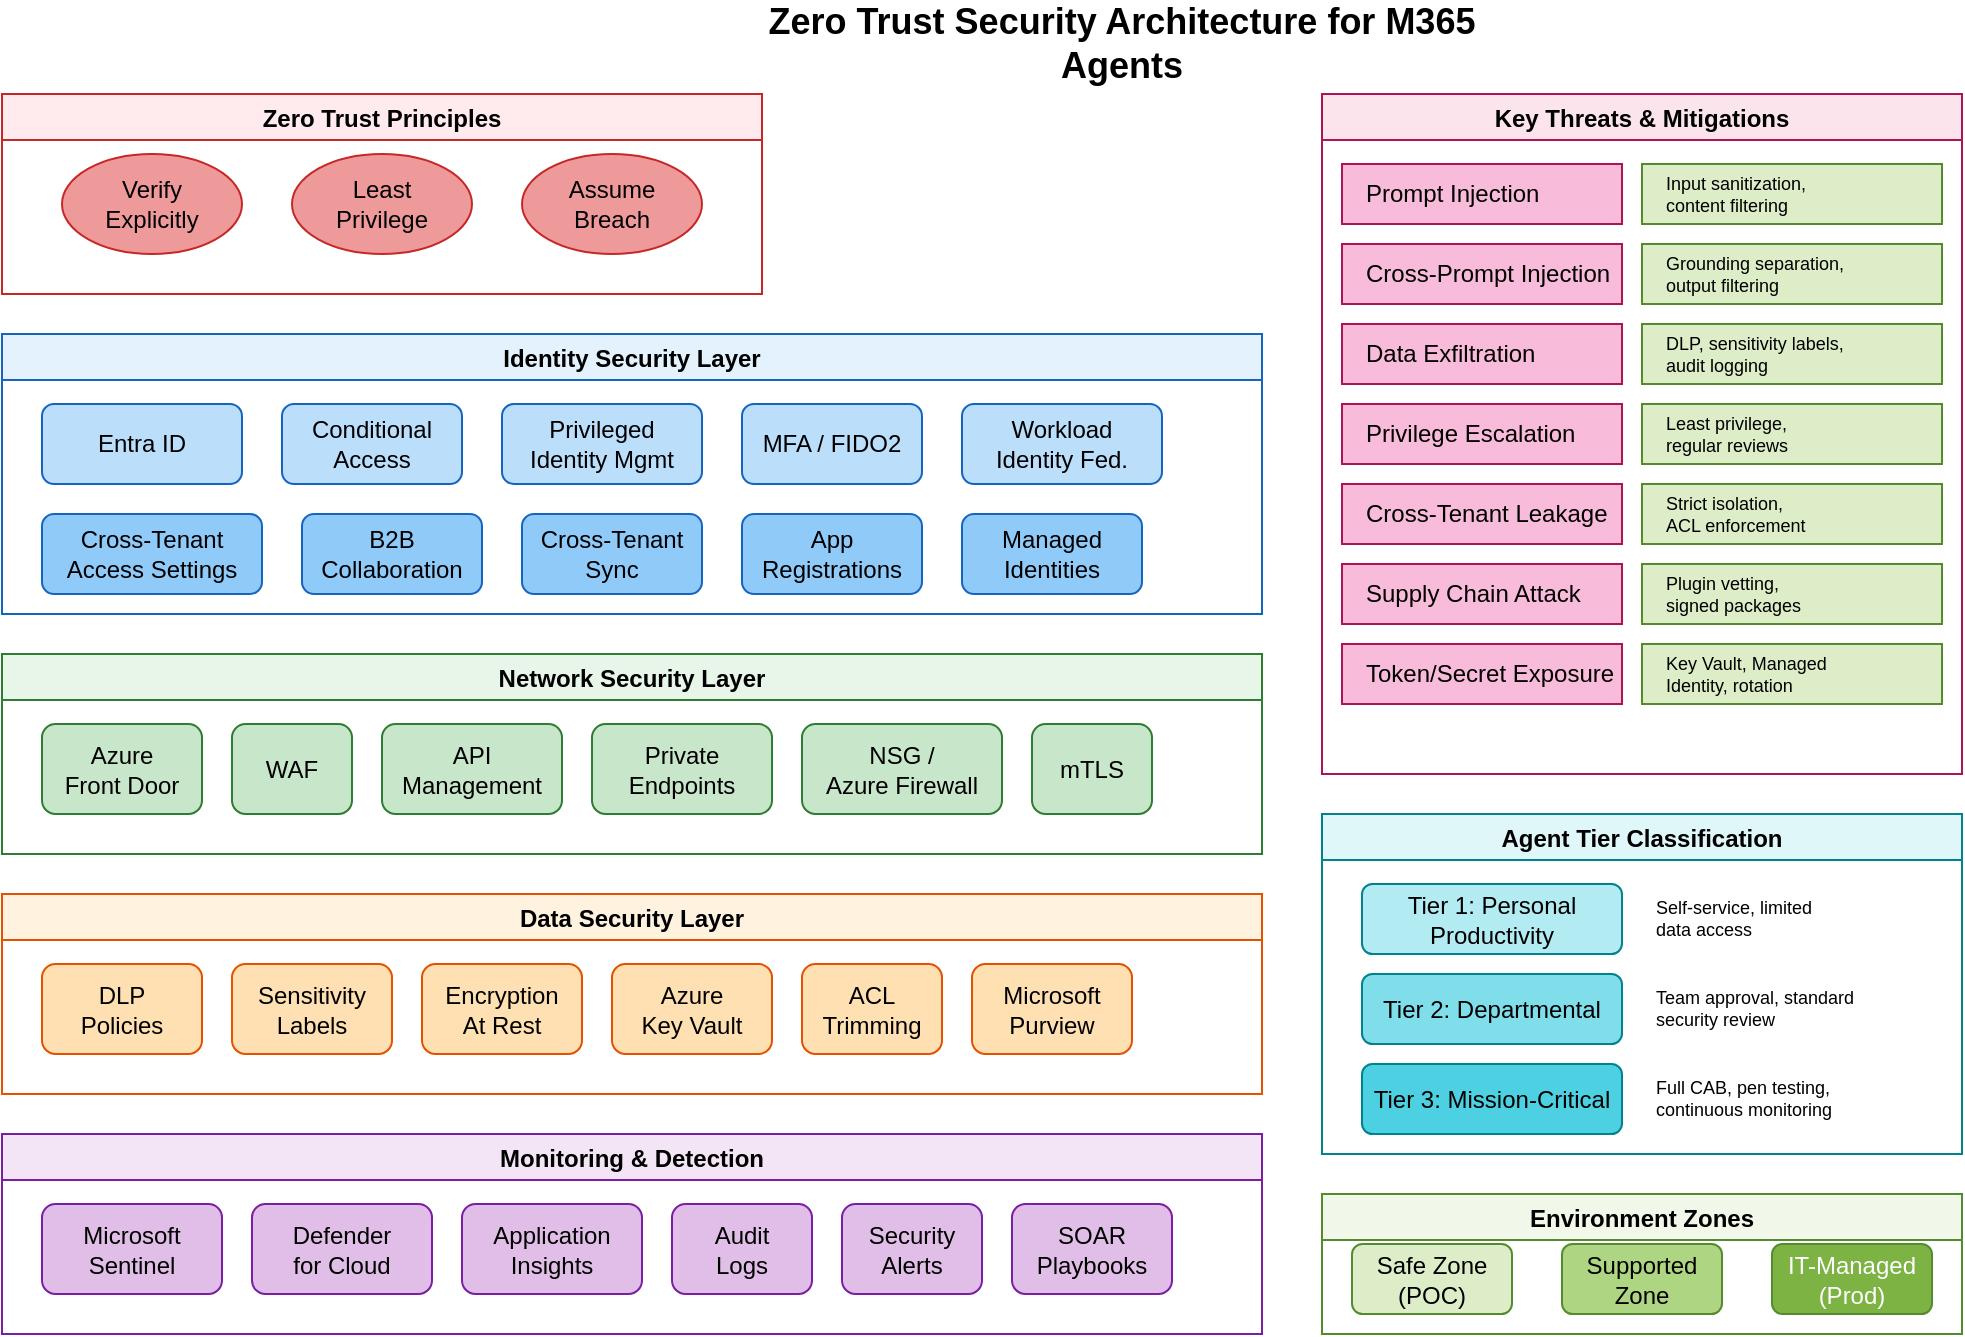
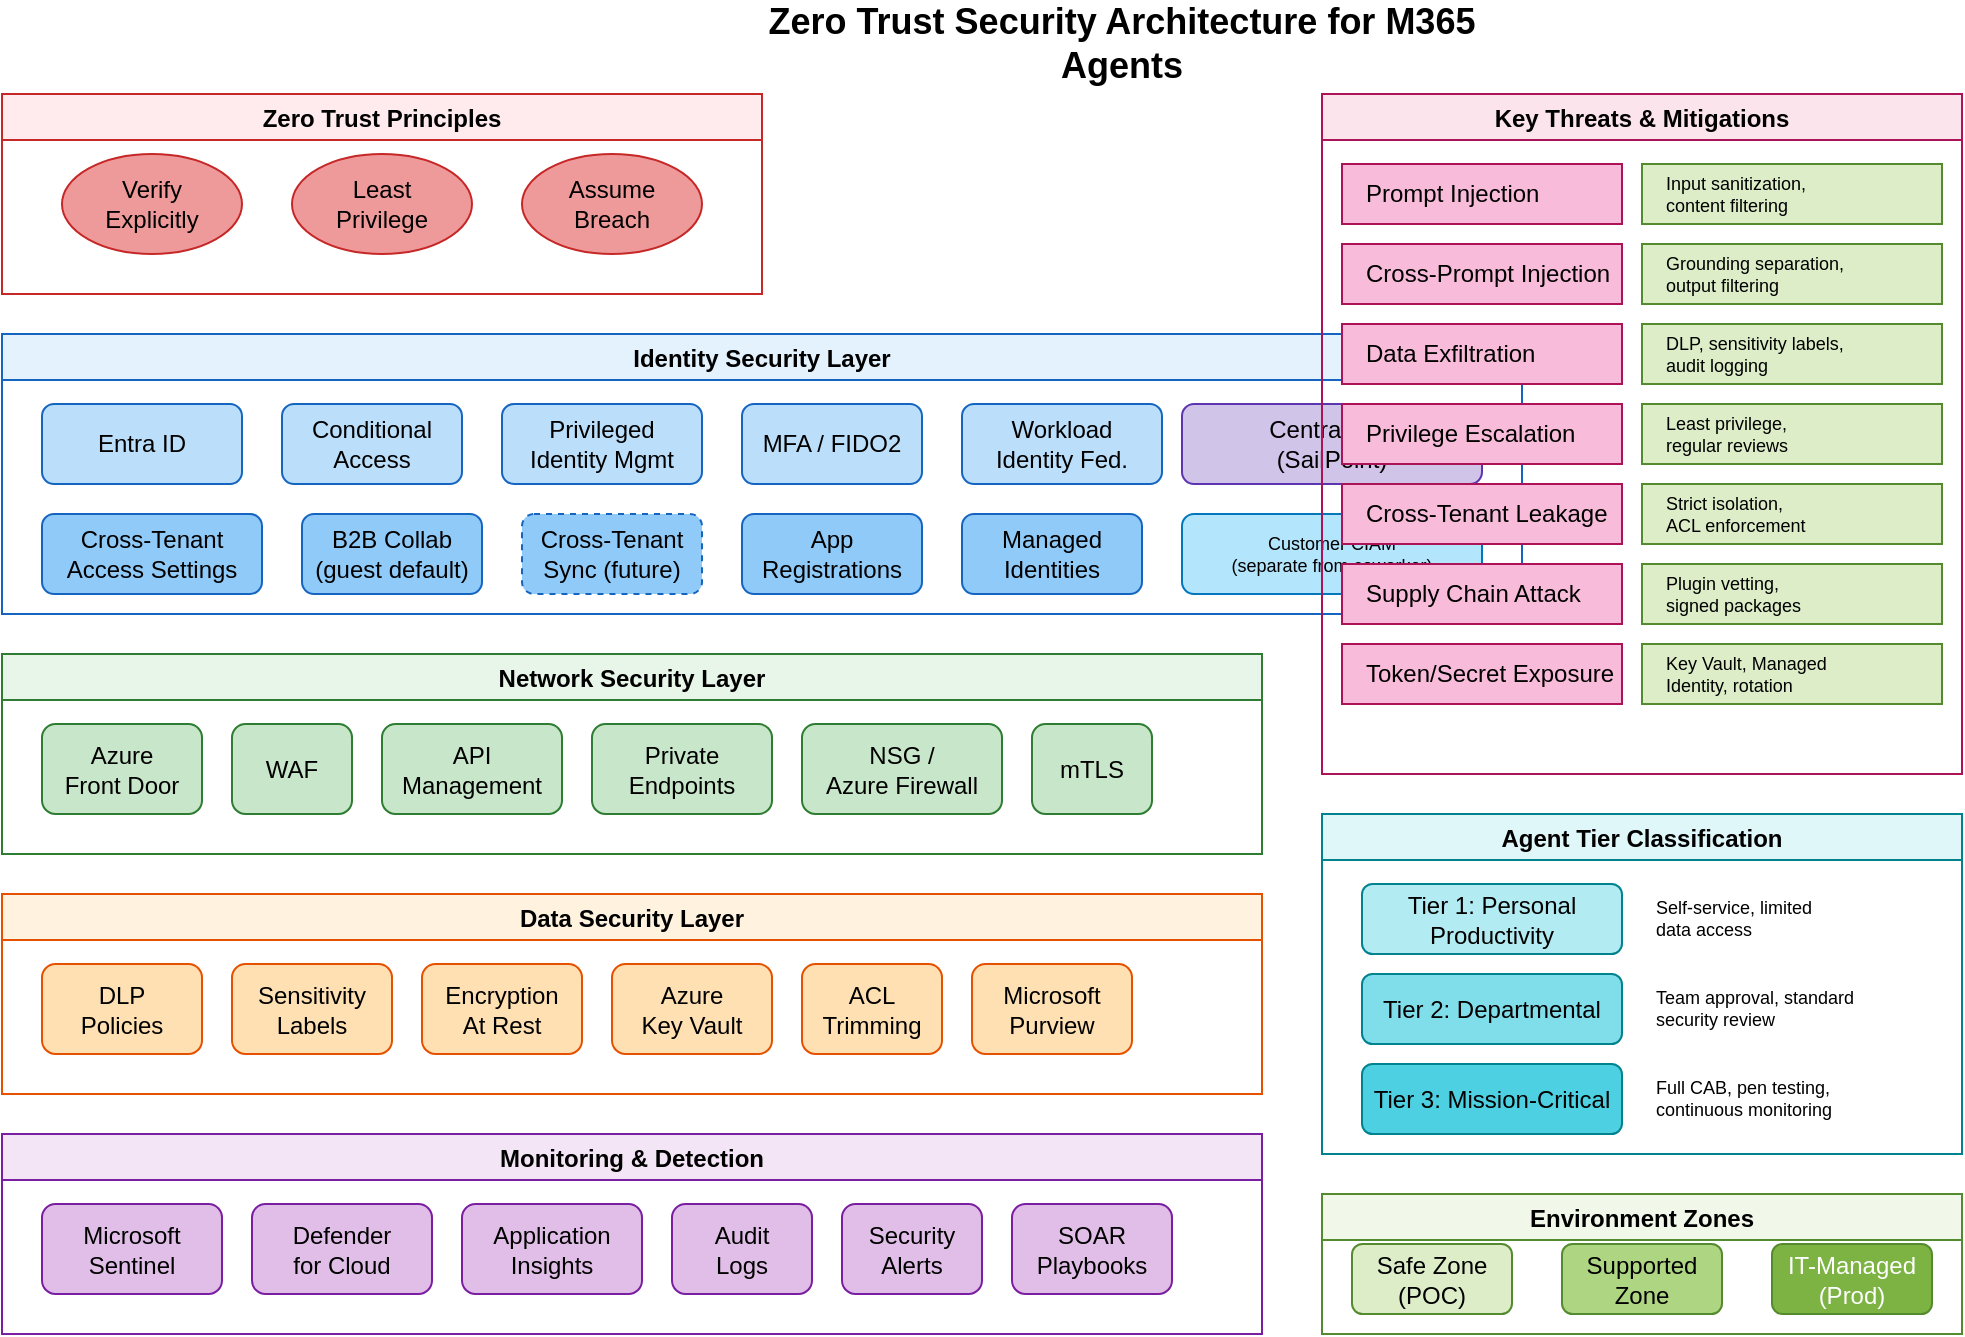
<?xml version="1.0" encoding="UTF-8"?>
<mxfile host="app.diagrams.net" modified="2026-03-24T01:30:00.000Z" agent="M365 Agents Architecture" version="21.0.0" type="device">
  <diagram name="Security Architecture" id="security-arch">
    <mxGraphModel dx="1200" dy="900" grid="1" gridSize="10" guides="1" tooltips="1" connect="1" arrows="1" fold="1" page="1" pageScale="1" pageWidth="1400" pageHeight="900" math="0" shadow="0">
      <root>
        <mxCell id="0" />
        <mxCell id="1" parent="0" />

        <!-- Title -->
        <mxCell id="title" value="Zero Trust Security Architecture for M365 Agents" style="text;html=1;strokeColor=none;fillColor=none;align=center;verticalAlign=middle;whiteSpace=wrap;rounded=0;fontSize=18;fontStyle=1" vertex="1" parent="1">
          <mxGeometry x="400" y="20" width="400" height="30" as="geometry" />
        </mxCell>

        <!-- Zero Trust Pillars -->
        <mxCell id="zt-box" value="Zero Trust Principles" style="swimlane;fillColor=#FFEBEE;strokeColor=#C62828;fontStyle=1;fontSize=12" vertex="1" parent="1">
          <mxGeometry x="40" y="60" width="380" height="100" as="geometry" />
        </mxCell>
        <mxCell id="zt1" value="Verify&#xa;Explicitly" style="ellipse;whiteSpace=wrap;html=1;fillColor=#EF9A9A;strokeColor=#C62828" vertex="1" parent="zt-box">
          <mxGeometry x="30" y="30" width="90" height="50" as="geometry" />
        </mxCell>
        <mxCell id="zt2" value="Least&#xa;Privilege" style="ellipse;whiteSpace=wrap;html=1;fillColor=#EF9A9A;strokeColor=#C62828" vertex="1" parent="zt-box">
          <mxGeometry x="145" y="30" width="90" height="50" as="geometry" />
        </mxCell>
        <mxCell id="zt3" value="Assume&#xa;Breach" style="ellipse;whiteSpace=wrap;html=1;fillColor=#EF9A9A;strokeColor=#C62828" vertex="1" parent="zt-box">
          <mxGeometry x="260" y="30" width="90" height="50" as="geometry" />
        </mxCell>

        <!-- Identity Layer -->
        <mxCell id="identity-layer" value="Identity Security Layer" style="swimlane;fillColor=#E3F2FD;strokeColor=#1565C0;fontStyle=1" vertex="1" parent="1">
-           <mxGeometry x="40" y="180" width="630" height="140" as="geometry" />
+           <mxGeometry x="40" y="180" width="760" height="140" as="geometry" />
        </mxCell>
        <mxCell id="entra" value="Entra ID" style="rounded=1;whiteSpace=wrap;html=1;fillColor=#BBDEFB;strokeColor=#1565C0" vertex="1" parent="identity-layer">
          <mxGeometry x="20" y="35" width="100" height="40" as="geometry" />
        </mxCell>
        <mxCell id="ca" value="Conditional&#xa;Access" style="rounded=1;whiteSpace=wrap;html=1;fillColor=#BBDEFB;strokeColor=#1565C0" vertex="1" parent="identity-layer">
          <mxGeometry x="140" y="35" width="90" height="40" as="geometry" />
        </mxCell>
        <mxCell id="pim" value="Privileged&#xa;Identity Mgmt" style="rounded=1;whiteSpace=wrap;html=1;fillColor=#BBDEFB;strokeColor=#1565C0" vertex="1" parent="identity-layer">
          <mxGeometry x="250" y="35" width="100" height="40" as="geometry" />
        </mxCell>
        <mxCell id="mfa" value="MFA / FIDO2" style="rounded=1;whiteSpace=wrap;html=1;fillColor=#BBDEFB;strokeColor=#1565C0" vertex="1" parent="identity-layer">
          <mxGeometry x="370" y="35" width="90" height="40" as="geometry" />
        </mxCell>
        <mxCell id="wif" value="Workload&#xa;Identity Fed." style="rounded=1;whiteSpace=wrap;html=1;fillColor=#BBDEFB;strokeColor=#1565C0" vertex="1" parent="identity-layer">
          <mxGeometry x="480" y="35" width="100" height="40" as="geometry" />
        </mxCell>
        <mxCell id="ctas" value="Cross-Tenant&#xa;Access Settings" style="rounded=1;whiteSpace=wrap;html=1;fillColor=#90CAF9;strokeColor=#1565C0" vertex="1" parent="identity-layer">
          <mxGeometry x="20" y="90" width="110" height="40" as="geometry" />
        </mxCell>
-         <mxCell id="b2b" value="B2B&#xa;Collaboration" style="rounded=1;whiteSpace=wrap;html=1;fillColor=#90CAF9;strokeColor=#1565C0" vertex="1" parent="identity-layer">
+         <mxCell id="b2b" value="B2B Collab&#xa;(guest default)" style="rounded=1;whiteSpace=wrap;html=1;fillColor=#90CAF9;strokeColor=#1565C0" vertex="1" parent="identity-layer">
          <mxGeometry x="150" y="90" width="90" height="40" as="geometry" />
        </mxCell>
-         <mxCell id="cts" value="Cross-Tenant&#xa;Sync" style="rounded=1;whiteSpace=wrap;html=1;fillColor=#90CAF9;strokeColor=#1565C0" vertex="1" parent="identity-layer">
+         <mxCell id="cts" value="Cross-Tenant&#xa;Sync (future)" style="rounded=1;whiteSpace=wrap;html=1;fillColor=#90CAF9;strokeColor=#1565C0;dashed=1" vertex="1" parent="identity-layer">
          <mxGeometry x="260" y="90" width="90" height="40" as="geometry" />
        </mxCell>
        <mxCell id="app-reg" value="App&#xa;Registrations" style="rounded=1;whiteSpace=wrap;html=1;fillColor=#90CAF9;strokeColor=#1565C0" vertex="1" parent="identity-layer">
          <mxGeometry x="370" y="90" width="90" height="40" as="geometry" />
        </mxCell>
        <mxCell id="mi" value="Managed&#xa;Identities" style="rounded=1;whiteSpace=wrap;html=1;fillColor=#90CAF9;strokeColor=#1565C0" vertex="1" parent="identity-layer">
          <mxGeometry x="480" y="90" width="90" height="40" as="geometry" />
+         </mxCell>
+         <mxCell id="iga-sec" value="Central IGA&#xa;(SailPoint)" style="rounded=1;whiteSpace=wrap;html=1;fillColor=#D1C4E9;strokeColor=#5E35B1" vertex="1" parent="identity-layer">
+           <mxGeometry x="590" y="35" width="150" height="40" as="geometry" />
+         </mxCell>
+         <mxCell id="ciam-sec" value="Customer CIAM&#xa;(separate from coworker)" style="rounded=1;whiteSpace=wrap;html=1;fillColor=#B3E5FC;strokeColor=#0277BD;fontSize=9" vertex="1" parent="identity-layer">
+           <mxGeometry x="590" y="90" width="150" height="40" as="geometry" />
        </mxCell>

        <!-- Network Layer -->
        <mxCell id="network-layer" value="Network Security Layer" style="swimlane;fillColor=#E8F5E9;strokeColor=#2E7D32;fontStyle=1" vertex="1" parent="1">
          <mxGeometry x="40" y="340" width="630" height="100" as="geometry" />
        </mxCell>
        <mxCell id="afd" value="Azure&#xa;Front Door" style="rounded=1;whiteSpace=wrap;html=1;fillColor=#C8E6C9;strokeColor=#2E7D32" vertex="1" parent="network-layer">
          <mxGeometry x="20" y="35" width="80" height="45" as="geometry" />
        </mxCell>
        <mxCell id="waf" value="WAF" style="rounded=1;whiteSpace=wrap;html=1;fillColor=#C8E6C9;strokeColor=#2E7D32" vertex="1" parent="network-layer">
          <mxGeometry x="115" y="35" width="60" height="45" as="geometry" />
        </mxCell>
        <mxCell id="apim" value="API&#xa;Management" style="rounded=1;whiteSpace=wrap;html=1;fillColor=#C8E6C9;strokeColor=#2E7D32" vertex="1" parent="network-layer">
          <mxGeometry x="190" y="35" width="90" height="45" as="geometry" />
        </mxCell>
        <mxCell id="pe" value="Private&#xa;Endpoints" style="rounded=1;whiteSpace=wrap;html=1;fillColor=#C8E6C9;strokeColor=#2E7D32" vertex="1" parent="network-layer">
          <mxGeometry x="295" y="35" width="90" height="45" as="geometry" />
        </mxCell>
        <mxCell id="nsg" value="NSG /&#xa;Azure Firewall" style="rounded=1;whiteSpace=wrap;html=1;fillColor=#C8E6C9;strokeColor=#2E7D32" vertex="1" parent="network-layer">
          <mxGeometry x="400" y="35" width="100" height="45" as="geometry" />
        </mxCell>
        <mxCell id="mtls" value="mTLS" style="rounded=1;whiteSpace=wrap;html=1;fillColor=#C8E6C9;strokeColor=#2E7D32" vertex="1" parent="network-layer">
          <mxGeometry x="515" y="35" width="60" height="45" as="geometry" />
        </mxCell>

        <!-- Data Layer -->
        <mxCell id="data-layer" value="Data Security Layer" style="swimlane;fillColor=#FFF3E0;strokeColor=#E65100;fontStyle=1" vertex="1" parent="1">
          <mxGeometry x="40" y="460" width="630" height="100" as="geometry" />
        </mxCell>
        <mxCell id="dlp" value="DLP&#xa;Policies" style="rounded=1;whiteSpace=wrap;html=1;fillColor=#FFE0B2;strokeColor=#E65100" vertex="1" parent="data-layer">
          <mxGeometry x="20" y="35" width="80" height="45" as="geometry" />
        </mxCell>
        <mxCell id="sens" value="Sensitivity&#xa;Labels" style="rounded=1;whiteSpace=wrap;html=1;fillColor=#FFE0B2;strokeColor=#E65100" vertex="1" parent="data-layer">
          <mxGeometry x="115" y="35" width="80" height="45" as="geometry" />
        </mxCell>
        <mxCell id="enc" value="Encryption&#xa;At Rest" style="rounded=1;whiteSpace=wrap;html=1;fillColor=#FFE0B2;strokeColor=#E65100" vertex="1" parent="data-layer">
          <mxGeometry x="210" y="35" width="80" height="45" as="geometry" />
        </mxCell>
        <mxCell id="kv" value="Azure&#xa;Key Vault" style="rounded=1;whiteSpace=wrap;html=1;fillColor=#FFE0B2;strokeColor=#E65100" vertex="1" parent="data-layer">
          <mxGeometry x="305" y="35" width="80" height="45" as="geometry" />
        </mxCell>
        <mxCell id="acl" value="ACL&#xa;Trimming" style="rounded=1;whiteSpace=wrap;html=1;fillColor=#FFE0B2;strokeColor=#E65100" vertex="1" parent="data-layer">
          <mxGeometry x="400" y="35" width="70" height="45" as="geometry" />
        </mxCell>
        <mxCell id="purview" value="Microsoft&#xa;Purview" style="rounded=1;whiteSpace=wrap;html=1;fillColor=#FFE0B2;strokeColor=#E65100" vertex="1" parent="data-layer">
          <mxGeometry x="485" y="35" width="80" height="45" as="geometry" />
        </mxCell>

        <!-- Monitoring Layer -->
        <mxCell id="monitor-layer" value="Monitoring &amp; Detection" style="swimlane;fillColor=#F3E5F5;strokeColor=#7B1FA2;fontStyle=1" vertex="1" parent="1">
          <mxGeometry x="40" y="580" width="630" height="100" as="geometry" />
        </mxCell>
        <mxCell id="sentinel" value="Microsoft&#xa;Sentinel" style="rounded=1;whiteSpace=wrap;html=1;fillColor=#E1BEE7;strokeColor=#7B1FA2" vertex="1" parent="monitor-layer">
          <mxGeometry x="20" y="35" width="90" height="45" as="geometry" />
        </mxCell>
        <mxCell id="defender" value="Defender&#xa;for Cloud" style="rounded=1;whiteSpace=wrap;html=1;fillColor=#E1BEE7;strokeColor=#7B1FA2" vertex="1" parent="monitor-layer">
          <mxGeometry x="125" y="35" width="90" height="45" as="geometry" />
        </mxCell>
        <mxCell id="appins" value="Application&#xa;Insights" style="rounded=1;whiteSpace=wrap;html=1;fillColor=#E1BEE7;strokeColor=#7B1FA2" vertex="1" parent="monitor-layer">
          <mxGeometry x="230" y="35" width="90" height="45" as="geometry" />
        </mxCell>
        <mxCell id="audit" value="Audit&#xa;Logs" style="rounded=1;whiteSpace=wrap;html=1;fillColor=#E1BEE7;strokeColor=#7B1FA2" vertex="1" parent="monitor-layer">
          <mxGeometry x="335" y="35" width="70" height="45" as="geometry" />
        </mxCell>
        <mxCell id="alert" value="Security&#xa;Alerts" style="rounded=1;whiteSpace=wrap;html=1;fillColor=#E1BEE7;strokeColor=#7B1FA2" vertex="1" parent="monitor-layer">
          <mxGeometry x="420" y="35" width="70" height="45" as="geometry" />
        </mxCell>
        <mxCell id="soar" value="SOAR&#xa;Playbooks" style="rounded=1;whiteSpace=wrap;html=1;fillColor=#E1BEE7;strokeColor=#7B1FA2" vertex="1" parent="monitor-layer">
          <mxGeometry x="505" y="35" width="80" height="45" as="geometry" />
        </mxCell>

        <!-- Threat Sidebar -->
        <mxCell id="threat-box" value="Key Threats &amp; Mitigations" style="swimlane;fillColor=#FCE4EC;strokeColor=#AD1457;fontStyle=1" vertex="1" parent="1">
          <mxGeometry x="700" y="60" width="320" height="340" as="geometry" />
        </mxCell>
        <mxCell id="t1" value="Prompt Injection" style="rounded=0;whiteSpace=wrap;html=1;fillColor=#F8BBD9;strokeColor=#AD1457;align=left;spacingLeft=10" vertex="1" parent="threat-box">
          <mxGeometry x="10" y="35" width="140" height="30" as="geometry" />
        </mxCell>
        <mxCell id="m1" value="Input sanitization,&#xa;content filtering" style="rounded=0;whiteSpace=wrap;html=1;fillColor=#DCEDC8;strokeColor=#558B2F;align=left;spacingLeft=10;fontSize=9" vertex="1" parent="threat-box">
          <mxGeometry x="160" y="35" width="150" height="30" as="geometry" />
        </mxCell>
        <mxCell id="t2" value="Cross-Prompt Injection" style="rounded=0;whiteSpace=wrap;html=1;fillColor=#F8BBD9;strokeColor=#AD1457;align=left;spacingLeft=10" vertex="1" parent="threat-box">
          <mxGeometry x="10" y="75" width="140" height="30" as="geometry" />
        </mxCell>
        <mxCell id="m2" value="Grounding separation,&#xa;output filtering" style="rounded=0;whiteSpace=wrap;html=1;fillColor=#DCEDC8;strokeColor=#558B2F;align=left;spacingLeft=10;fontSize=9" vertex="1" parent="threat-box">
          <mxGeometry x="160" y="75" width="150" height="30" as="geometry" />
        </mxCell>
        <mxCell id="t3" value="Data Exfiltration" style="rounded=0;whiteSpace=wrap;html=1;fillColor=#F8BBD9;strokeColor=#AD1457;align=left;spacingLeft=10" vertex="1" parent="threat-box">
          <mxGeometry x="10" y="115" width="140" height="30" as="geometry" />
        </mxCell>
        <mxCell id="m3" value="DLP, sensitivity labels,&#xa;audit logging" style="rounded=0;whiteSpace=wrap;html=1;fillColor=#DCEDC8;strokeColor=#558B2F;align=left;spacingLeft=10;fontSize=9" vertex="1" parent="threat-box">
          <mxGeometry x="160" y="115" width="150" height="30" as="geometry" />
        </mxCell>
        <mxCell id="t4" value="Privilege Escalation" style="rounded=0;whiteSpace=wrap;html=1;fillColor=#F8BBD9;strokeColor=#AD1457;align=left;spacingLeft=10" vertex="1" parent="threat-box">
          <mxGeometry x="10" y="155" width="140" height="30" as="geometry" />
        </mxCell>
        <mxCell id="m4" value="Least privilege,&#xa;regular reviews" style="rounded=0;whiteSpace=wrap;html=1;fillColor=#DCEDC8;strokeColor=#558B2F;align=left;spacingLeft=10;fontSize=9" vertex="1" parent="threat-box">
          <mxGeometry x="160" y="155" width="150" height="30" as="geometry" />
        </mxCell>
        <mxCell id="t5" value="Cross-Tenant Leakage" style="rounded=0;whiteSpace=wrap;html=1;fillColor=#F8BBD9;strokeColor=#AD1457;align=left;spacingLeft=10" vertex="1" parent="threat-box">
          <mxGeometry x="10" y="195" width="140" height="30" as="geometry" />
        </mxCell>
        <mxCell id="m5" value="Strict isolation,&#xa;ACL enforcement" style="rounded=0;whiteSpace=wrap;html=1;fillColor=#DCEDC8;strokeColor=#558B2F;align=left;spacingLeft=10;fontSize=9" vertex="1" parent="threat-box">
          <mxGeometry x="160" y="195" width="150" height="30" as="geometry" />
        </mxCell>
        <mxCell id="t6" value="Supply Chain Attack" style="rounded=0;whiteSpace=wrap;html=1;fillColor=#F8BBD9;strokeColor=#AD1457;align=left;spacingLeft=10" vertex="1" parent="threat-box">
          <mxGeometry x="10" y="235" width="140" height="30" as="geometry" />
        </mxCell>
        <mxCell id="m6" value="Plugin vetting,&#xa;signed packages" style="rounded=0;whiteSpace=wrap;html=1;fillColor=#DCEDC8;strokeColor=#558B2F;align=left;spacingLeft=10;fontSize=9" vertex="1" parent="threat-box">
          <mxGeometry x="160" y="235" width="150" height="30" as="geometry" />
        </mxCell>
        <mxCell id="t7" value="Token/Secret Exposure" style="rounded=0;whiteSpace=wrap;html=1;fillColor=#F8BBD9;strokeColor=#AD1457;align=left;spacingLeft=10" vertex="1" parent="threat-box">
          <mxGeometry x="10" y="275" width="140" height="30" as="geometry" />
        </mxCell>
        <mxCell id="m7" value="Key Vault, Managed&#xa;Identity, rotation" style="rounded=0;whiteSpace=wrap;html=1;fillColor=#DCEDC8;strokeColor=#558B2F;align=left;spacingLeft=10;fontSize=9" vertex="1" parent="threat-box">
          <mxGeometry x="160" y="275" width="150" height="30" as="geometry" />
        </mxCell>

        <!-- Agent Tier Classification -->
        <mxCell id="tier-box" value="Agent Tier Classification" style="swimlane;fillColor=#E0F7FA;strokeColor=#00838F;fontStyle=1" vertex="1" parent="1">
          <mxGeometry x="700" y="420" width="320" height="170" as="geometry" />
        </mxCell>
        <mxCell id="tier1" value="Tier 1: Personal Productivity" style="rounded=1;whiteSpace=wrap;html=1;fillColor=#B2EBF2;strokeColor=#00838F" vertex="1" parent="tier-box">
          <mxGeometry x="20" y="35" width="130" height="35" as="geometry" />
        </mxCell>
        <mxCell id="tier1-ctrl" value="Self-service, limited&#xa;data access" style="text;html=1;strokeColor=none;fillColor=none;align=left;verticalAlign=top;whiteSpace=wrap;rounded=0;fontSize=9" vertex="1" parent="tier-box">
          <mxGeometry x="165" y="35" width="140" height="35" as="geometry" />
        </mxCell>
        <mxCell id="tier2" value="Tier 2: Departmental" style="rounded=1;whiteSpace=wrap;html=1;fillColor=#80DEEA;strokeColor=#00838F" vertex="1" parent="tier-box">
          <mxGeometry x="20" y="80" width="130" height="35" as="geometry" />
        </mxCell>
        <mxCell id="tier2-ctrl" value="Team approval, standard&#xa;security review" style="text;html=1;strokeColor=none;fillColor=none;align=left;verticalAlign=top;whiteSpace=wrap;rounded=0;fontSize=9" vertex="1" parent="tier-box">
          <mxGeometry x="165" y="80" width="140" height="35" as="geometry" />
        </mxCell>
        <mxCell id="tier3" value="Tier 3: Mission-Critical" style="rounded=1;whiteSpace=wrap;html=1;fillColor=#4DD0E1;strokeColor=#00838F" vertex="1" parent="tier-box">
          <mxGeometry x="20" y="125" width="130" height="35" as="geometry" />
        </mxCell>
        <mxCell id="tier3-ctrl" value="Full CAB, pen testing,&#xa;continuous monitoring" style="text;html=1;strokeColor=none;fillColor=none;align=left;verticalAlign=top;whiteSpace=wrap;rounded=0;fontSize=9" vertex="1" parent="tier-box">
          <mxGeometry x="165" y="125" width="140" height="35" as="geometry" />
        </mxCell>

        <!-- Environment Zones -->
        <mxCell id="zone-box" value="Environment Zones" style="swimlane;fillColor=#F1F8E9;strokeColor=#558B2F;fontStyle=1" vertex="1" parent="1">
          <mxGeometry x="700" y="610" width="320" height="70" as="geometry" />
        </mxCell>
        <mxCell id="zone1" value="Safe Zone&#xa;(POC)" style="rounded=1;whiteSpace=wrap;html=1;fillColor=#DCEDC8;strokeColor=#558B2F" vertex="1" parent="zone-box">
          <mxGeometry x="15" y="25" width="80" height="35" as="geometry" />
        </mxCell>
        <mxCell id="zone2" value="Supported&#xa;Zone" style="rounded=1;whiteSpace=wrap;html=1;fillColor=#AED581;strokeColor=#558B2F" vertex="1" parent="zone-box">
          <mxGeometry x="120" y="25" width="80" height="35" as="geometry" />
        </mxCell>
        <mxCell id="zone3" value="IT-Managed&#xa;(Prod)" style="rounded=1;whiteSpace=wrap;html=1;fillColor=#7CB342;strokeColor=#558B2F;fontColor=#FFFFFF" vertex="1" parent="zone-box">
          <mxGeometry x="225" y="25" width="80" height="35" as="geometry" />
        </mxCell>

      </root>
    </mxGraphModel>
  </diagram>
</mxfile>
